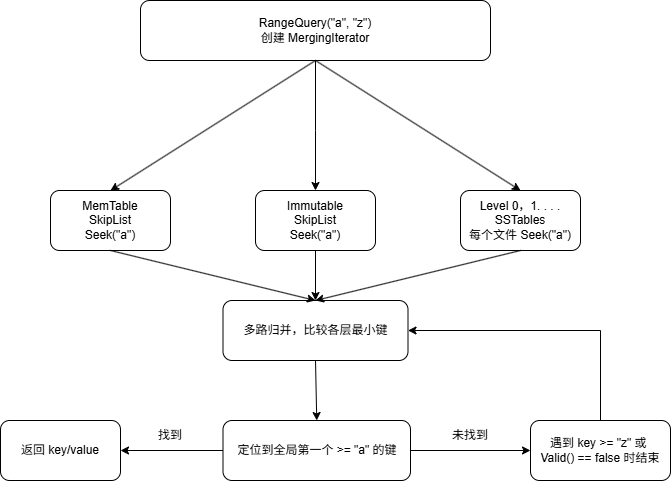
This is template/figures/RangeQuery.drawio.png from Jaleef/modern-npu-thesis, a draw.io export, as it was before one commit. Source tidied: cells renumbered, new cells last; positions are measured from the earlier drawing's top-left corner, leaving out a move shared by most shapes.
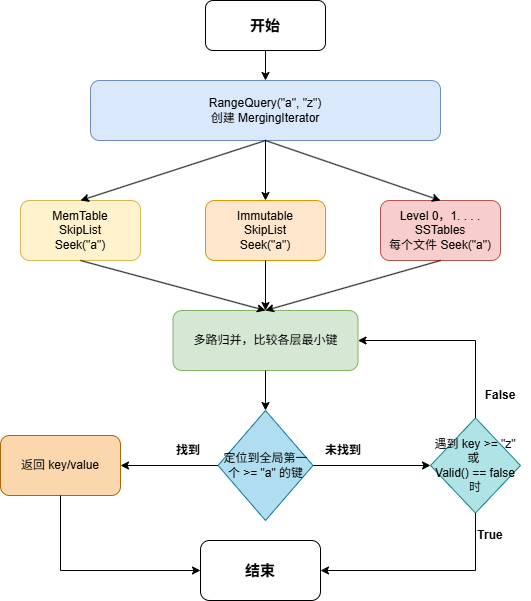
After the commit.

Diff of the diagram source:
```diff
@@ -2,22 +2,22 @@
   <root>
     <mxCell id="0" />
     <mxCell id="1" parent="0" />
-    <mxCell id="2" value="RangeQuery(&quot;a&quot;, &quot;z&quot;)&lt;div&gt;创建 MergingIterator&lt;/div&gt;" style="rounded=1;whiteSpace=wrap;html=1;" parent="1" vertex="1">
-      <mxGeometry x="140" width="350" height="60" as="geometry" />
+    <mxCell id="2" value="RangeQuery(&quot;a&quot;, &quot;z&quot;)&lt;div&gt;创建 MergingIterator&lt;/div&gt;" style="rounded=1;whiteSpace=wrap;html=1;fillColor=#dae8fc;strokeColor=#6c8ebf;" parent="1" vertex="1">
+      <mxGeometry x="150" y="60" width="350" height="60" as="geometry" />
     </mxCell>
-    <mxCell id="3" value="MemTable&lt;div&gt;SkipList&lt;/div&gt;&lt;div&gt;Seek(&quot;a&quot;)&lt;/div&gt;" style="rounded=1;whiteSpace=wrap;html=1;" parent="1" vertex="1">
-      <mxGeometry x="50" y="190" width="120" height="60" as="geometry" />
+    <mxCell id="3" value="MemTable&lt;div&gt;SkipList&lt;/div&gt;&lt;div&gt;Seek(&quot;a&quot;)&lt;/div&gt;" style="rounded=1;whiteSpace=wrap;html=1;fillColor=#fff2cc;strokeColor=#d6b656;" parent="1" vertex="1">
+      <mxGeometry x="80" y="180" width="120" height="60" as="geometry" />
     </mxCell>
-    <mxCell id="4" value="Immutable&lt;div&gt;SkipList&lt;/div&gt;&lt;div&gt;Seek(&quot;a&quot;)&lt;/div&gt;" style="rounded=1;whiteSpace=wrap;html=1;" parent="1" vertex="1">
-      <mxGeometry x="255" y="190" width="120" height="60" as="geometry" />
+    <mxCell id="4" value="Immutable&lt;div&gt;SkipList&lt;/div&gt;&lt;div&gt;Seek(&quot;a&quot;)&lt;/div&gt;" style="rounded=1;whiteSpace=wrap;html=1;fillColor=#ffe6cc;strokeColor=#d79b00;" parent="1" vertex="1">
+      <mxGeometry x="265" y="180" width="120" height="60" as="geometry" />
     </mxCell>
-    <mxCell id="5" value="Level 0，1. . . .&lt;div&gt;SSTables&lt;/div&gt;&lt;div&gt;每个文件 Seek(&quot;a&quot;)&lt;/div&gt;" style="rounded=1;whiteSpace=wrap;html=1;" parent="1" vertex="1">
-      <mxGeometry x="460" y="190" width="120" height="60" as="geometry" />
+    <mxCell id="5" value="Level 0，1. . . .&lt;div&gt;SSTables&lt;/div&gt;&lt;div&gt;每个文件 Seek(&quot;a&quot;)&lt;/div&gt;" style="rounded=1;whiteSpace=wrap;html=1;fillColor=#f8cecc;strokeColor=#b85450;" parent="1" vertex="1">
+      <mxGeometry x="440" y="180" width="120" height="60" as="geometry" />
     </mxCell>
     <mxCell id="6" style="endArrow=classic;html=1;rounded=0;exitX=0.5;exitY=1;exitDx=0;exitDy=0;entryX=0.5;entryY=0;entryDx=0;entryDy=0;" parent="1" edge="1" source="2" target="4">
       <mxGeometry relative="1" as="geometry">
         <Array as="points">
-          <mxPoint x="315" y="130" />
+          <mxPoint x="325" y="180" />
         </Array>
       </mxGeometry>
     </mxCell>
@@ -27,8 +27,8 @@
     <mxCell id="8" style="endArrow=classic;html=1;rounded=0;exitX=0.5;exitY=1;exitDx=0;exitDy=0;entryX=0.5;entryY=0;entryDx=0;entryDy=0;" parent="1" edge="1" source="2" target="5">
       <mxGeometry relative="1" as="geometry" />
     </mxCell>
-    <mxCell id="9" value="多路归并，比较各层最小键" style="rounded=1;whiteSpace=wrap;html=1;" parent="1" vertex="1">
-      <mxGeometry x="222.5" y="300" width="185" height="60" as="geometry" />
+    <mxCell id="9" value="多路归并，比较各层最小键" style="rounded=1;whiteSpace=wrap;html=1;fillColor=#d5e8d4;strokeColor=#82b366;" parent="1" vertex="1">
+      <mxGeometry x="232.5" y="290" width="185" height="60" as="geometry" />
     </mxCell>
     <mxCell id="10" style="endArrow=classic;html=1;rounded=0;exitX=0.5;exitY=1;exitDx=0;exitDy=0;entryX=0.5;entryY=0;entryDx=0;entryDy=0;" parent="1" edge="1" source="3" target="9">
       <mxGeometry relative="1" as="geometry" />
@@ -39,36 +39,65 @@
     <mxCell id="12" style="endArrow=classic;html=1;rounded=0;exitX=0.5;exitY=1;exitDx=0;exitDy=0;entryX=0.5;entryY=0;entryDx=0;entryDy=0;" parent="1" edge="1" source="5" target="9">
       <mxGeometry relative="1" as="geometry" />
     </mxCell>
-    <mxCell id="13" value="定位到全局第一个 &amp;gt;= &quot;a&quot; 的键" style="rounded=1;whiteSpace=wrap;html=1;" parent="1" vertex="1">
-      <mxGeometry x="222.5" y="420" width="187.5" height="60" as="geometry" />
-    </mxCell>
     <mxCell id="14" style="endArrow=classic;html=1;rounded=0;exitX=0.5;exitY=1;exitDx=0;exitDy=0;entryX=0.5;entryY=0;entryDx=0;entryDy=0;" parent="1" edge="1" source="9" target="13">
       <mxGeometry relative="1" as="geometry" />
     </mxCell>
-    <mxCell id="15" value="返回 key/value" style="rounded=1;whiteSpace=wrap;html=1;" parent="1" vertex="1">
-      <mxGeometry y="420" width="120" height="60" as="geometry" />
+    <mxCell id="15" value="返回 key/value" style="rounded=1;whiteSpace=wrap;html=1;fillColor=#fad7ac;strokeColor=#b46504;" parent="1" vertex="1">
+      <mxGeometry x="60" y="415" width="120" height="60" as="geometry" />
     </mxCell>
     <mxCell id="16" style="endArrow=classic;html=1;rounded=0;exitX=0;exitY=0.5;exitDx=0;exitDy=0;entryX=1;entryY=0.5;entryDx=0;entryDy=0;" parent="1" edge="1" source="13" target="15">
       <mxGeometry relative="1" as="geometry" />
     </mxCell>
-    <mxCell id="17" value="找到" style="text;html=1;whiteSpace=wrap;strokeColor=none;fillColor=none;align=center;verticalAlign=middle;rounded=0;" parent="1" vertex="1">
-      <mxGeometry x="140" y="420" width="60" height="30" as="geometry" />
+    <mxCell id="17" value="&lt;b&gt;找到&lt;/b&gt;" style="text;html=1;whiteSpace=wrap;strokeColor=none;fillColor=none;align=center;verticalAlign=middle;rounded=0;" parent="1" vertex="1">
+      <mxGeometry x="217.5" y="415" width="60" height="30" as="geometry" />
     </mxCell>
-    <mxCell id="18" value="遇到 key &amp;gt;= &quot;z&quot; 或&amp;nbsp;&lt;div&gt;Valid() == false 时结束&lt;/div&gt;" style="rounded=1;whiteSpace=wrap;html=1;" parent="1" vertex="1">
-      <mxGeometry x="530" y="420" width="140" height="60" as="geometry" />
-    </mxCell>
-    <mxCell id="19" style="endArrow=classic;html=1;rounded=0;exitX=1;exitY=0.5;exitDx=0;exitDy=0;entryX=0;entryY=0.5;entryDx=0;entryDy=0;" parent="1" edge="1" source="13" target="18">
+    <mxCell id="19" style="endArrow=classic;html=1;rounded=0;exitX=1;exitY=0.5;exitDx=0;exitDy=0;entryX=0;entryY=0.5;entryDx=0;entryDy=0;" parent="1" edge="1" source="13" target="26">
       <mxGeometry relative="1" as="geometry" />
     </mxCell>
-    <mxCell id="20" value="未找到" style="text;html=1;whiteSpace=wrap;strokeColor=none;fillColor=none;align=center;verticalAlign=middle;rounded=0;" parent="1" vertex="1">
-      <mxGeometry x="440" y="420" width="60" height="30" as="geometry" />
+    <mxCell id="20" value="&lt;b&gt;未找到&lt;/b&gt;" style="text;html=1;whiteSpace=wrap;strokeColor=none;fillColor=none;align=center;verticalAlign=middle;rounded=0;" parent="1" vertex="1">
+      <mxGeometry x="372.5" y="415" width="60" height="30" as="geometry" />
     </mxCell>
-    <mxCell id="21" style="endArrow=classic;html=1;rounded=0;exitX=0.5;exitY=0;exitDx=0;exitDy=0;entryX=1;entryY=0.5;entryDx=0;entryDy=0;" parent="1" edge="1" source="18" target="9">
+    <mxCell id="21" style="endArrow=classic;html=1;rounded=0;exitX=0.5;exitY=0;exitDx=0;exitDy=0;entryX=1;entryY=0.5;entryDx=0;entryDy=0;" parent="1" edge="1" source="26" target="9">
       <mxGeometry relative="1" as="geometry">
         <Array as="points">
-          <mxPoint x="600" y="330" />
+          <mxPoint x="535" y="320" />
         </Array>
       </mxGeometry>
     </mxCell>
+    <mxCell id="22" value="&lt;b&gt;&lt;font style=&quot;font-size: 15px;&quot;&gt;开始&lt;/font&gt;&lt;/b&gt;" style="rounded=1;whiteSpace=wrap;html=1;" parent="1" vertex="1">
+      <mxGeometry x="265" y="-20" width="120" height="50" as="geometry" />
+    </mxCell>
+    <mxCell id="23" style="endArrow=classic;html=1;rounded=0;exitX=0.5;exitY=1;exitDx=0;exitDy=0;entryX=0.5;entryY=0;entryDx=0;entryDy=0;" parent="1" edge="1" source="22" target="2">
+      <mxGeometry relative="1" as="geometry" />
+    </mxCell>
+    <mxCell id="24" value="&lt;b&gt;&lt;font style=&quot;font-size: 15px;&quot;&gt;结束&lt;/font&gt;&lt;/b&gt;" style="rounded=1;whiteSpace=wrap;html=1;" parent="1" vertex="1">
+      <mxGeometry x="260" y="520" width="120" height="60" as="geometry" />
+    </mxCell>
+    <mxCell id="25" style="endArrow=classic;html=1;rounded=0;exitX=0.5;exitY=1;exitDx=0;exitDy=0;entryX=0;entryY=0.5;entryDx=0;entryDy=0;" parent="1" edge="1" source="15" target="24">
+      <mxGeometry relative="1" as="geometry">
+        <Array as="points">
+          <mxPoint x="120" y="550" />
+        </Array>
+      </mxGeometry>
+    </mxCell>
+    <mxCell id="13" value="定位到全局第一个 &amp;gt;= &quot;a&quot; 的键" style="rhombus;whiteSpace=wrap;html=1;fillColor=#b1ddf0;strokeColor=#10739e;" parent="1" vertex="1">
+      <mxGeometry x="277.5" y="390" width="95" height="110" as="geometry" />
+    </mxCell>
+    <mxCell id="26" value="遇到 key &amp;gt;= &quot;z&quot; 或&amp;nbsp;&lt;div style=&quot;scrollbar-color: rgb(216, 144, 0) rgb(216, 144, 0) !important;&quot;&gt;Valid() == false 时&lt;/div&gt;" style="rhombus;whiteSpace=wrap;html=1;fillColor=#b0e3e6;strokeColor=#0e8088;" parent="1" vertex="1">
+      <mxGeometry x="490" y="397.5" width="90" height="95" as="geometry" />
+    </mxCell>
+    <mxCell id="27" style="endArrow=classic;html=1;rounded=0;exitX=0.5;exitY=1;exitDx=0;exitDy=0;entryX=1;entryY=0.5;entryDx=0;entryDy=0;" parent="1" edge="1" source="26" target="24">
+      <mxGeometry relative="1" as="geometry">
+        <Array as="points">
+          <mxPoint x="535" y="550" />
+        </Array>
+      </mxGeometry>
+    </mxCell>
+    <mxCell id="28" value="&lt;b&gt;True&lt;/b&gt;" style="text;html=1;whiteSpace=wrap;strokeColor=none;fillColor=none;align=center;verticalAlign=middle;rounded=0;" parent="1" vertex="1">
+      <mxGeometry x="520" y="500" width="60" height="30" as="geometry" />
+    </mxCell>
+    <mxCell id="29" value="&lt;b&gt;False&lt;/b&gt;" style="text;html=1;whiteSpace=wrap;strokeColor=none;fillColor=none;align=center;verticalAlign=middle;rounded=0;" parent="1" vertex="1">
+      <mxGeometry x="530" y="360" width="60" height="30" as="geometry" />
+    </mxCell>
   </root>
 </mxGraphModel>
```
